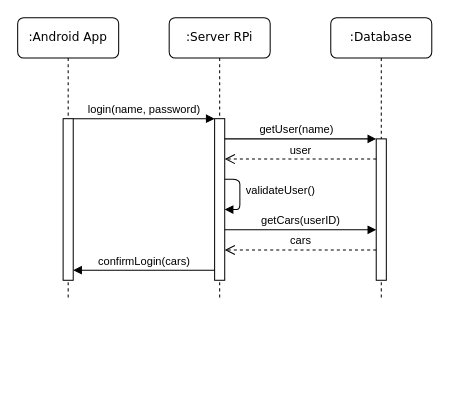
The draw.io diagram design/diagrams/Design_Login_Sequence.drawio in sysc3010-t3/docs, before the edit. Source tidied: cells renumbered, new cells numbered last; positions are measured from the earlier drawing's top-left corner, leaving out a move shared by most shapes. Both pictures are drawn from the tidied source at 101%, with x=0, y=0 at pixel (17, 17).
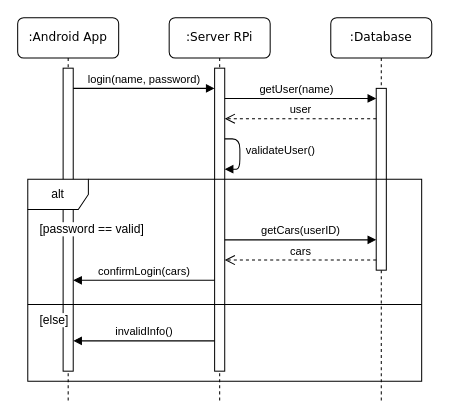
After the change.

Diff of the diagram source:
```diff
@@
     <mxCell id="2" value=":Server RPi" style="shape=umlLifeline;perimeter=lifelinePerimeter;whiteSpace=wrap;html=1;rounded=1;shadow=0;comic=0;labelBackgroundColor=none;strokeColor=#000000;strokeWidth=1;fillColor=#FFFFFF;fontFamily=Verdana;fontSize=12;fontColor=#000000;align=center;" parent="1" vertex="1">
-      <mxGeometry x="150" width="100" height="280" as="geometry" />
+      <mxGeometry x="150" width="100" height="380" as="geometry" />
     </mxCell>
-    <mxCell id="3" style="html=1;points=[];perimeter=orthogonalPerimeter;rounded=0;shadow=0;comic=0;labelBackgroundColor=none;strokeColor=#000000;strokeWidth=1;fillColor=#FFFFFF;fontFamily=Verdana;fontSize=12;fontColor=#000000;align=center;" parent="2" vertex="1">
-      <mxGeometry x="45" y="100" width="10" height="160" as="geometry" />
+    <mxCell id="3" style="html=1;points=[];perimeter=orthogonalPerimeter;rounded=0;shadow=0;comic=0;labelBackgroundColor=none;strokeColor=#000000;strokeWidth=1;fillColor=#FFFFFF;fontFamily=Verdana;fontSize=12;fontColor=#000000;align=center;labelBorderColor=none;" parent="2" vertex="1">
+      <mxGeometry x="45" y="50" width="10" height="300" as="geometry" />
     </mxCell>
     <mxCell id="4" value="validateUser()" style="html=1;verticalAlign=bottom;endArrow=block;fontFamily=Helvetica;fontSize=11;" parent="2" edge="1" source="3" target="3">
       <mxGeometry x="0.17" y="40" relative="1" as="geometry">
         <Array as="points">
-          <mxPoint x="70" y="160" />
-          <mxPoint x="70" y="170" />
-          <mxPoint x="70" y="190" />
+          <mxPoint x="70" y="120" />
+          <mxPoint x="70" y="150" />
         </Array>
       </mxGeometry>
     </mxCell>
     <mxCell id="5" value=":Android App" style="shape=umlLifeline;perimeter=lifelinePerimeter;whiteSpace=wrap;html=1;rounded=1;shadow=0;comic=0;labelBackgroundColor=none;strokeColor=#000000;strokeWidth=1;fillColor=#FFFFFF;fontFamily=Verdana;fontSize=12;fontColor=#000000;align=center;" parent="1" vertex="1">
-      <mxGeometry width="100" height="280" as="geometry" />
+      <mxGeometry width="100" height="380" as="geometry" />
     </mxCell>
     <mxCell id="6" style="html=1;points=[];perimeter=orthogonalPerimeter;rounded=0;shadow=0;comic=0;labelBackgroundColor=none;strokeColor=#000000;strokeWidth=1;fillColor=#FFFFFF;fontFamily=Verdana;fontSize=12;fontColor=#000000;align=center;" parent="5" vertex="1">
-      <mxGeometry x="45" y="100" width="10" height="160" as="geometry" />
+      <mxGeometry x="45" y="50" width="10" height="300" as="geometry" />
     </mxCell>
     <mxCell id="7" value="login(name, password)" style="html=1;verticalAlign=bottom;endArrow=block;labelBackgroundColor=none;fontFamily=Helvetica;fontSize=11;edgeStyle=elbowEdgeStyle;elbow=vertical;" parent="1" edge="1" source="6" target="3">
       <mxGeometry relative="1" as="geometry">
         <Array as="points">
-          <mxPoint x="170" y="100" />
+          <mxPoint x="170" y="70" />
         </Array>
       </mxGeometry>
     </mxCell>
     <mxCell id="8" value=":Database" style="shape=umlLifeline;perimeter=lifelinePerimeter;whiteSpace=wrap;html=1;rounded=1;shadow=0;comic=0;labelBackgroundColor=none;strokeColor=#000000;strokeWidth=1;fillColor=#FFFFFF;fontFamily=Verdana;fontSize=12;fontColor=#000000;align=center;" parent="1" vertex="1">
-      <mxGeometry x="310" width="100" height="280" as="geometry" />
+      <mxGeometry x="310" width="100" height="380" as="geometry" />
     </mxCell>
     <mxCell id="9" style="html=1;points=[];perimeter=orthogonalPerimeter;rounded=0;shadow=0;comic=0;labelBackgroundColor=none;strokeColor=#000000;strokeWidth=1;fillColor=#FFFFFF;fontFamily=Helvetica;fontSize=11;fontColor=#000000;align=center;" parent="8" vertex="1">
-      <mxGeometry x="45" y="120" width="10" height="140" as="geometry" />
+      <mxGeometry x="45" y="70" width="10" height="180" as="geometry" />
     </mxCell>
     <mxCell id="10" style="edgeStyle=none;rounded=0;jettySize=auto;html=1;endArrow=block;endFill=1;fontSize=11;fontFamily=Helvetica;" parent="1" edge="1" source="3" target="9">
       <mxGeometry relative="1" as="geometry">
         <Array as="points">
-          <mxPoint x="240" y="120" />
+          <mxPoint x="240" y="80" />
         </Array>
       </mxGeometry>
     </mxCell>
@@
     <mxCell id="12" value="user" style="html=1;verticalAlign=bottom;endArrow=open;dashed=1;endSize=8;fontSize=11;fontFamily=Helvetica;" parent="1" edge="1" source="9" target="3">
       <mxGeometry relative="1" as="geometry">
         <Array as="points">
-          <mxPoint x="250" y="140" />
+          <mxPoint x="250" y="100" />
         </Array>
       </mxGeometry>
     </mxCell>
     <mxCell id="13" value="getCars(userID)" style="html=1;verticalAlign=bottom;endArrow=block;fontFamily=Helvetica;fontSize=11;" parent="1" edge="1" source="3" target="9">
       <mxGeometry x="0.27" y="-20" relative="1" as="geometry">
         <Array as="points">
-          <mxPoint x="300" y="210" />
+          <mxPoint x="280" y="220" />
         </Array>
         <mxPoint x="-20" y="-20" as="offset" />
       </mxGeometry>
     </mxCell>
     <mxCell id="14" value="cars" style="html=1;verticalAlign=bottom;endArrow=open;dashed=1;endSize=8;fontFamily=Helvetica;fontSize=11;" parent="1" edge="1" source="9" target="3">
       <mxGeometry relative="1" as="geometry">
         <Array as="points">
-          <mxPoint x="300" y="230" />
+          <mxPoint x="280" y="240" />
         </Array>
       </mxGeometry>
     </mxCell>
     <mxCell id="15" value="confirmLogin(cars)" style="html=1;verticalAlign=bottom;endArrow=block;fontFamily=Helvetica;fontSize=11;" parent="1" edge="1" source="3" target="6">
       <mxGeometry relative="1" as="geometry">
         <Array as="points">
-          <mxPoint x="110" y="250" />
+          <mxPoint x="130" y="260" />
         </Array>
       </mxGeometry>
     </mxCell>
+    <mxCell id="16" value="invalidInfo()" style="html=1;verticalAlign=bottom;endArrow=block;" parent="1" edge="1" source="3" target="6">
+      <mxGeometry relative="1" as="geometry">
+        <Array as="points">
+          <mxPoint x="120" y="320" />
+        </Array>
+      </mxGeometry>
+    </mxCell>
+    <mxCell id="17" style="group;labelBorderColor=#000000;" parent="1" vertex="1">
+      <mxGeometry x="10" y="160" width="390" height="200" as="geometry" />
+    </mxCell>
+    <mxCell id="18" value="alt" style="shape=umlFrame;whiteSpace=wrap;html=1;" parent="17" vertex="1">
+      <mxGeometry width="390" height="200" as="geometry" />
+    </mxCell>
+    <mxCell id="19" value="[password == valid]" style="text;html=1;align=left;verticalAlign=top;spacingTop=-4;labelBackgroundColor=#ffffff;" parent="17" vertex="1">
+      <mxGeometry x="10" y="40" width="120" height="20" as="geometry" />
+    </mxCell>
+    <mxCell id="20" style="line;strokeWidth=1;fillColor=none;align=left;verticalAlign=middle;spacingTop=-1;spacingLeft=3;spacingRight=3;labelPosition=right;" parent="17" vertex="1">
+      <mxGeometry y="120" width="390" height="8" as="geometry" />
+    </mxCell>
+    <mxCell id="21" value="[else]" style="text;html=1;align=left;verticalAlign=top;spacingTop=-4;labelBackgroundColor=#ffffff;" parent="17" vertex="1">
+      <mxGeometry x="10" y="130" width="40" height="20" as="geometry" />
+    </mxCell>
```
